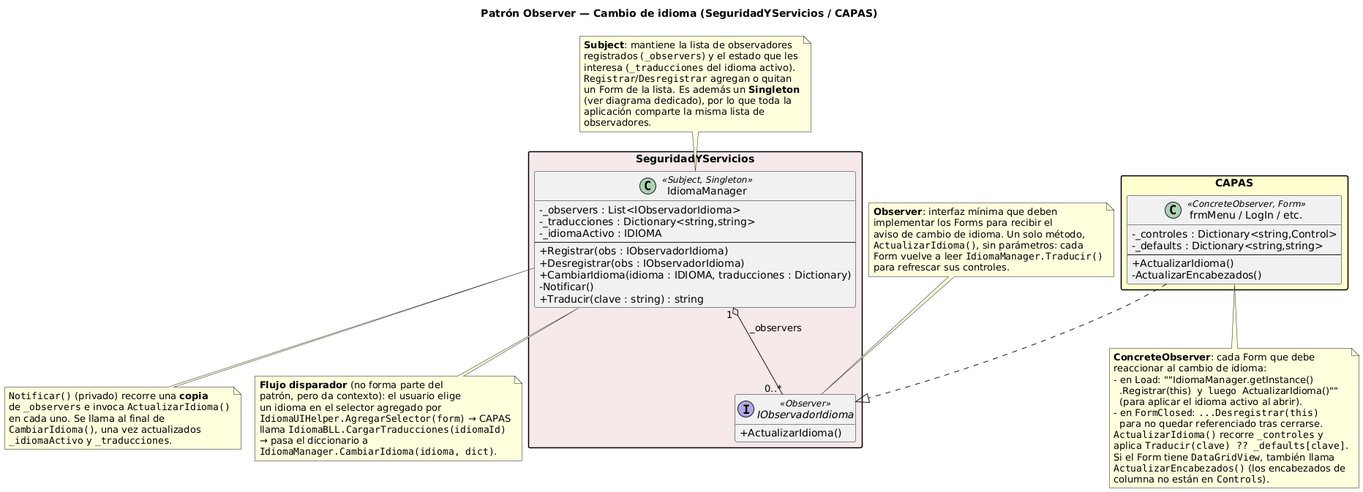
The PlantUML diagram DIAGRAMAS/DiagramaClases_Observer.png in Urrels/ingenieria_software, before a commit.
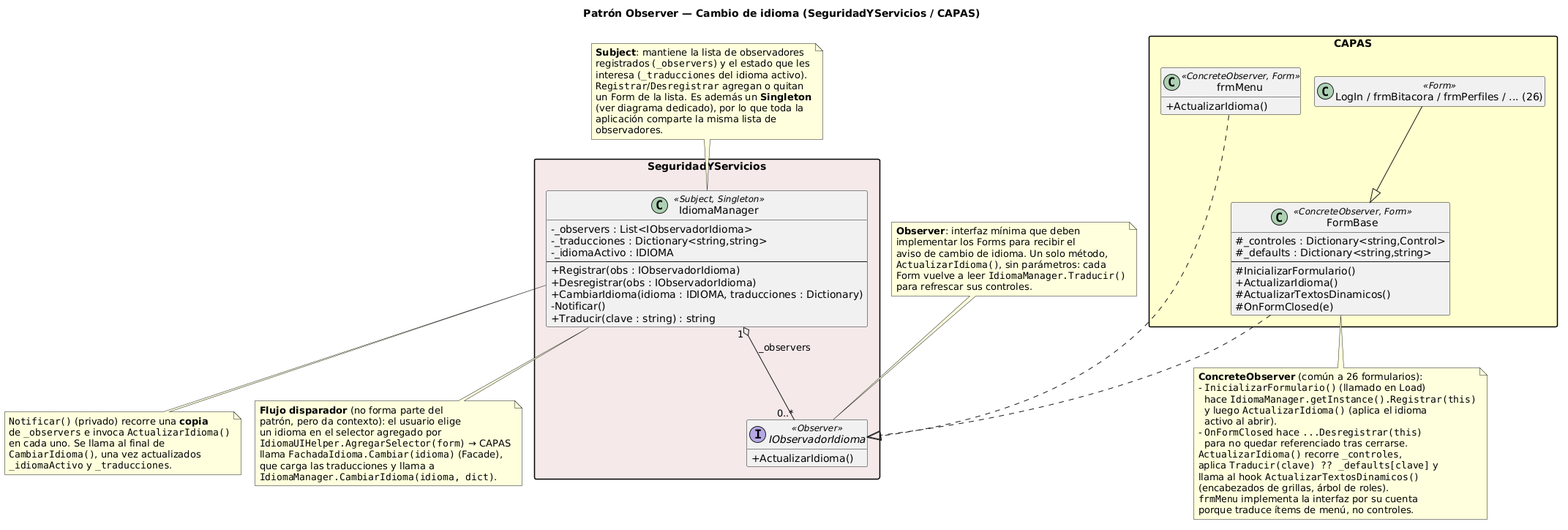
The same diagram one commit later.

Change to the diagram source:
```diff
@@ -28,17 +28,27 @@
 
 package "CAPAS" #FEFECE {
 
-  class "frmMenu / LogIn / etc." as FormConcreto <<ConcreteObserver, Form>> {
-    - _controles : Dictionary<string,Control>
-    - _defaults : Dictionary<string,string>
+  class FormBase <<ConcreteObserver, Form>> {
+    # _controles : Dictionary<string,Control>
+    # _defaults : Dictionary<string,string>
     --
+    # InicializarFormulario()
     + ActualizarIdioma()
-    - ActualizarEncabezados()
+    # ActualizarTextosDinamicos()
+    # OnFormClosed(e)
+  }
+
+  class "LogIn / frmBitacora / frmPerfiles / ... (26)" as FormsConcretos <<Form>>
+
+  class frmMenu <<ConcreteObserver, Form>> {
+    + ActualizarIdioma()
   }
 }
 
 IdiomaManager "1" o-- "0..*" IObservadorIdioma : _observers
-FormConcreto ..|> IObservadorIdioma
+FormBase ..|> IObservadorIdioma
+frmMenu ..|> IObservadorIdioma
+FormsConcretos --|> FormBase
 
 
 note top of IdiomaManager
@@ -61,19 +71,20 @@
   para refrescar sus controles.
 end note
 
-note bottom of FormConcreto
-  **ConcreteObserver**: cada Form que debe
-  reaccionar al cambio de idioma:
-  - en ""Load"": ""IdiomaManager.getInstance()
-    .Registrar(this)"" y luego ""ActualizarIdioma()""
-    (para aplicar el idioma activo al abrir).
-  - en ""FormClosed"": ""...Desregistrar(this)""
+note bottom of FormBase
+  **ConcreteObserver** (común a 26 formularios):
+  - ""InicializarFormulario()"" (llamado en ""Load"")
+    hace ""IdiomaManager.getInstance().Registrar(this)""
+    y luego ""ActualizarIdioma()"" (aplica el idioma
+    activo al abrir).
+  - ""OnFormClosed"" hace ""...Desregistrar(this)""
     para no quedar referenciado tras cerrarse.
-  ""ActualizarIdioma()"" recorre ""_controles"" y
-  aplica ""Traducir(clave) ?? _defaults[clave]"".
-  Si el Form tiene ""DataGridView"", también llama
-  ""ActualizarEncabezados()"" (los encabezados de
-  columna no están en ""Controls"").
+  ""ActualizarIdioma()"" recorre ""_controles"",
+  aplica ""Traducir(clave) ?? _defaults[clave]"" y
+  llama al hook ""ActualizarTextosDinamicos()""
+  (encabezados de grillas, árbol de roles).
+  ""frmMenu"" implementa la interfaz por su cuenta
+  porque traduce ítems de menú, no controles.
 end note
 
 note as N_notificar
@@ -90,8 +101,8 @@
   patrón, pero da contexto): el usuario elige
   un idioma en el selector agregado por
   ""IdiomaUIHelper.AgregarSelector(form)"" → CAPAS
-  llama ""IdiomaBLL.CargarTraducciones(idiomaId)""
-  → pasa el diccionario a
+  llama ""FachadaIdioma.Cambiar(idioma)"" (Facade),
+  que carga las traducciones y llama a
   ""IdiomaManager.CambiarIdioma(idioma, dict)"".
 end note
 IdiomaManager .. N_flujo
```
